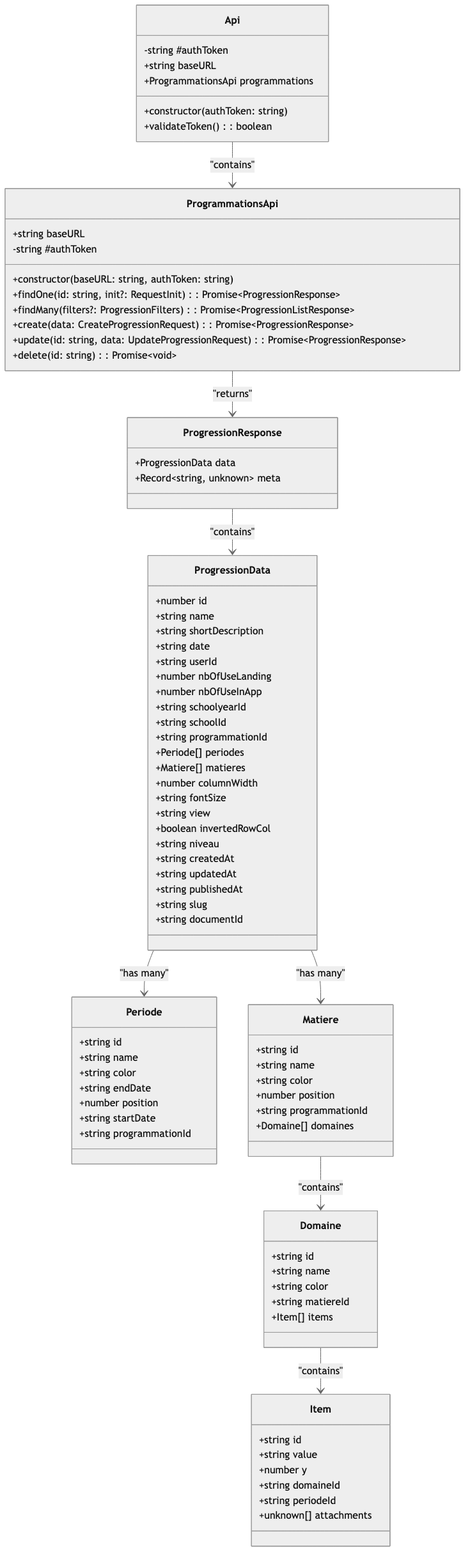
Above: docs/diagrams/png/02-api-class-diagram.png in ghermet/teetsh-progression (Mermaid), before the change. Its source is kept beside it as docs/diagrams/02-api-class-diagram.mmd.
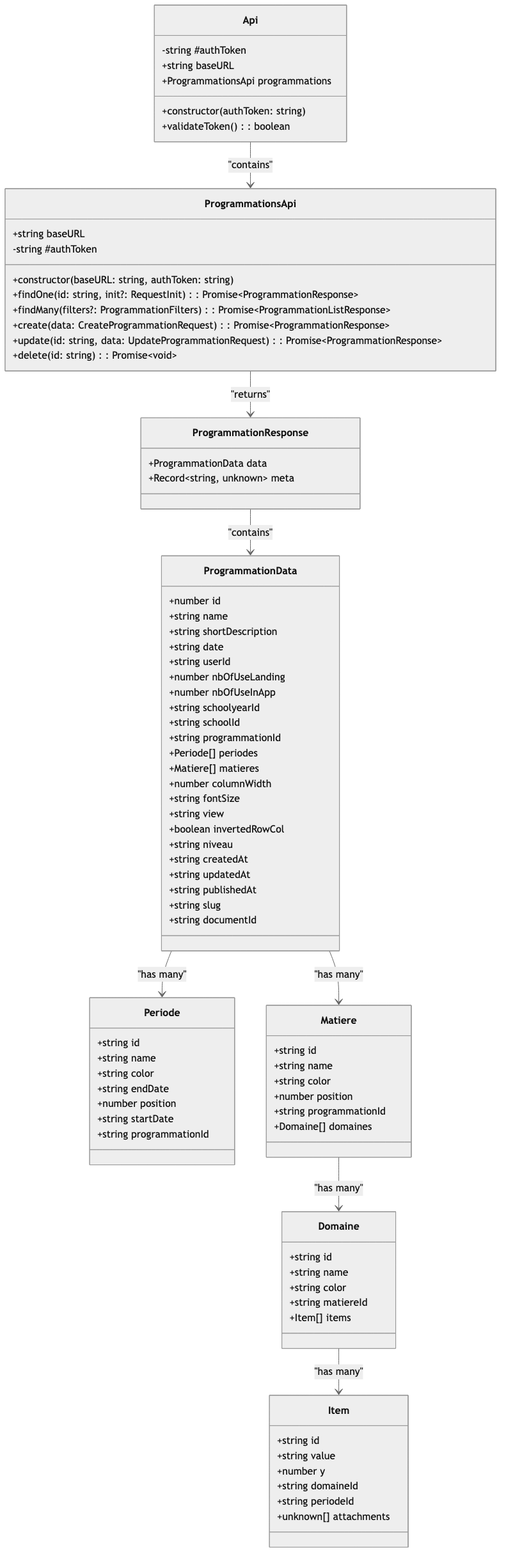
After the commit.

What changed in the source:
```diff
@@ -11,19 +11,19 @@
         +string baseURL
         -string #authToken
         +constructor(baseURL: string, authToken: string)
-        +findOne(id: string, init?: RequestInit): Promise~ProgressionResponse~
-        +findMany(filters?: ProgressionFilters): Promise~ProgressionListResponse~
-        +create(data: CreateProgressionRequest): Promise~ProgressionResponse~
-        +update(id: string, data: UpdateProgressionRequest): Promise~ProgressionResponse~
+        +findOne(id: string, init?: RequestInit): Promise~ProgrammationResponse~
+        +findMany(filters?: ProgrammationFilters): Promise~ProgrammationListResponse~
+        +create(data: CreateProgrammationRequest): Promise~ProgrammationResponse~
+        +update(id: string, data: UpdateProgrammationRequest): Promise~ProgrammationResponse~
         +delete(id: string): Promise~void~
     }
 
-    class ProgressionResponse {
-        +ProgressionData data
+    class ProgrammationResponse {
+        +ProgrammationData data
         +Record~string, unknown~ meta
     }
 
-    class ProgressionData {
+    class ProgrammationData {
         +number id
         +string name
         +string shortDescription
@@ -85,9 +85,9 @@
     }
 
     Api --> ProgrammationsApi : "contains"
-    ProgrammationsApi --> ProgressionResponse : "returns"
-    ProgressionResponse --> ProgressionData : "contains"
-    ProgressionData --> Periode : "has many"
-    ProgressionData --> Matiere : "has many"
-    Matiere --> Domaine : "contains"
-    Domaine --> Item : "contains"
+    ProgrammationsApi --> ProgrammationResponse : "returns"
+    ProgrammationResponse --> ProgrammationData : "contains"
+    ProgrammationData --> Periode : "has many"
+    ProgrammationData --> Matiere : "has many"
+    Matiere --> Domaine : "has many"
+    Domaine --> Item : "has many"
```
